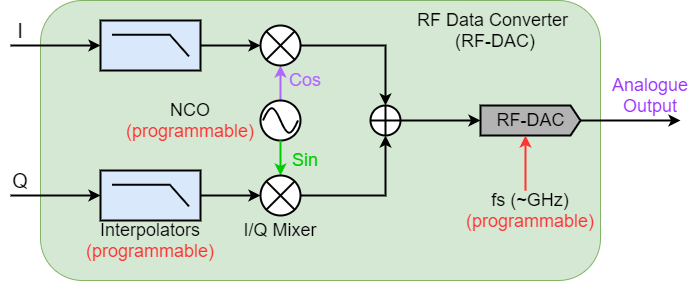
The draw.io diagram notebooks/rfsoc_introduction/images/DAC_block.png in strath-sdr/rfsoc_studio, before a commit. Source tidied: cells renumbered, new cells last; positions are measured from the earlier drawing's top-left corner, leaving out a move shared by most shapes.
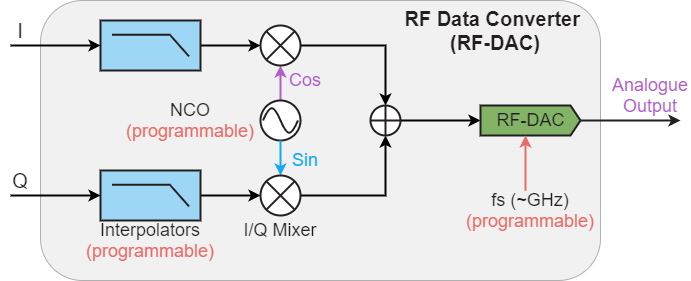
The same diagram one commit later.

The edit, as a diff of the source:
```diff
@@ -2,102 +2,102 @@
   <root>
     <mxCell id="0" />
     <mxCell id="1" parent="0" />
-    <mxCell id="2" style="rounded=1;whiteSpace=wrap;html=1;strokeWidth=1;fillColor=#d5e8d4;strokeColor=#82b366;" parent="1" vertex="1">
+    <mxCell id="2" style="rounded=1;whiteSpace=wrap;html=1;strokeWidth=1;fillColor=#F1F1F2;strokeColor=#B0B0B0;" parent="1" vertex="1">
       <mxGeometry x="40" width="560" height="280" as="geometry" />
     </mxCell>
-    <mxCell id="3" style="edgeStyle=orthogonalEdgeStyle;rounded=0;jettySize=auto;html=1;exitX=1;exitY=0.5;exitDx=0;exitDy=0;exitPerimeter=0;entryX=0;entryY=0.5;entryDx=0;entryDy=0;startArrow=none;startFill=0;endArrow=classic;endFill=1;strokeWidth=2;" parent="1" edge="1" source="4" target="10">
+    <mxCell id="3" style="edgeStyle=orthogonalEdgeStyle;rounded=0;jettySize=auto;html=1;exitX=1;exitY=0.5;exitDx=0;exitDy=0;exitPerimeter=0;entryX=0;entryY=0.5;entryDx=0;entryDy=0;startArrow=none;startFill=0;endArrow=classic;endFill=1;strokeWidth=2;fontColor=#231F20;" parent="1" edge="1" source="4" target="10">
       <mxGeometry relative="1" as="geometry" />
     </mxCell>
-    <mxCell id="4" style="verticalLabelPosition=bottom;shadow=0;dashed=0;align=center;html=1;verticalAlign=top;shape=mxgraph.electrical.logic_gates.lowpass_filter;strokeWidth=2;fillColor=#dae8fc;" parent="1" vertex="1">
+    <mxCell id="4" style="verticalLabelPosition=bottom;shadow=0;dashed=0;align=center;html=1;verticalAlign=top;shape=mxgraph.electrical.logic_gates.lowpass_filter;strokeWidth=2;fillColor=#9ED6F5;strokeColor=#231F20;" parent="1" vertex="1">
       <mxGeometry x="100" y="20" width="100" height="50" as="geometry" />
     </mxCell>
-    <mxCell id="5" style="endArrow=classic;html=1;entryX=0;entryY=0.5;entryDx=0;entryDy=0;entryPerimeter=0;strokeWidth=2;" parent="1" edge="1" target="4">
+    <mxCell id="5" style="endArrow=classic;html=1;entryX=0;entryY=0.5;entryDx=0;entryDy=0;entryPerimeter=0;strokeWidth=2;fontColor=#231F20;" parent="1" edge="1" target="4">
       <mxGeometry relative="1" as="geometry">
         <mxPoint x="10" y="45" as="sourcePoint" />
       </mxGeometry>
     </mxCell>
-    <mxCell id="6" style="edgeStyle=orthogonalEdgeStyle;rounded=0;jettySize=auto;html=1;exitX=0.5;exitY=0;exitDx=0;exitDy=0;entryX=0.5;entryY=1;entryDx=0;entryDy=0;startArrow=none;startFill=0;endArrow=classic;endFill=1;strokeWidth=2;strokeColor=#B266FF;" parent="1" edge="1" source="7" target="10">
+    <mxCell id="6" style="edgeStyle=orthogonalEdgeStyle;rounded=0;jettySize=auto;html=1;exitX=0.5;exitY=0;exitDx=0;exitDy=0;entryX=0.5;entryY=1;entryDx=0;entryDy=0;startArrow=none;startFill=0;endArrow=classic;endFill=1;strokeWidth=2;strokeColor=#B05FC9;" parent="1" edge="1" source="7" target="10">
       <mxGeometry relative="1" as="geometry" />
     </mxCell>
-    <mxCell id="7" style="ellipse;whiteSpace=wrap;html=1;strokeWidth=2;" parent="1" vertex="1">
+    <mxCell id="7" style="ellipse;whiteSpace=wrap;html=1;strokeWidth=2;strokeColor=#231F20;" parent="1" vertex="1">
       <mxGeometry x="260" y="100" width="40" height="40" as="geometry" />
     </mxCell>
-    <mxCell id="8" style="verticalLabelPosition=bottom;shadow=0;dashed=0;align=center;html=1;verticalAlign=top;shape=mxgraph.electrical.waveforms.sine_wave;strokeWidth=2;" parent="1" vertex="1">
+    <mxCell id="8" style="verticalLabelPosition=bottom;shadow=0;dashed=0;align=center;html=1;verticalAlign=top;shape=mxgraph.electrical.waveforms.sine_wave;strokeWidth=2;strokeColor=#231F20;" parent="1" vertex="1">
       <mxGeometry x="262.5" y="103.4" width="35" height="33.1" as="geometry" />
     </mxCell>
-    <mxCell id="9" style="edgeStyle=orthogonalEdgeStyle;rounded=0;jettySize=auto;html=1;exitX=1;exitY=0.5;exitDx=0;exitDy=0;entryX=0.5;entryY=0;entryDx=0;entryDy=0;startArrow=none;startFill=0;endArrow=classic;endFill=1;strokeWidth=2;" parent="1" edge="1" source="10" target="18">
+    <mxCell id="9" style="edgeStyle=orthogonalEdgeStyle;rounded=0;jettySize=auto;html=1;exitX=1;exitY=0.5;exitDx=0;exitDy=0;entryX=0.5;entryY=0;entryDx=0;entryDy=0;startArrow=none;startFill=0;endArrow=classic;endFill=1;strokeWidth=2;fontColor=#231F20;" parent="1" edge="1" source="10" target="18">
       <mxGeometry relative="1" as="geometry" />
     </mxCell>
-    <mxCell id="10" style="shape=sumEllipse;perimeter=ellipsePerimeter;whiteSpace=wrap;html=1;backgroundOutline=1;strokeWidth=2;" parent="1" vertex="1">
+    <mxCell id="10" style="shape=sumEllipse;perimeter=ellipsePerimeter;whiteSpace=wrap;html=1;backgroundOutline=1;strokeWidth=2;strokeColor=#231F20;" parent="1" vertex="1">
       <mxGeometry x="260" y="25" width="40" height="40" as="geometry" />
     </mxCell>
-    <mxCell id="11" style="edgeStyle=orthogonalEdgeStyle;rounded=0;jettySize=auto;html=1;exitX=1;exitY=0.5;exitDx=0;exitDy=0;exitPerimeter=0;entryX=0;entryY=0.5;entryDx=0;entryDy=0;startArrow=none;startFill=0;endArrow=classic;endFill=1;strokeWidth=2;" parent="1" edge="1" source="12" target="16">
+    <mxCell id="11" style="edgeStyle=orthogonalEdgeStyle;rounded=0;jettySize=auto;html=1;exitX=1;exitY=0.5;exitDx=0;exitDy=0;exitPerimeter=0;entryX=0;entryY=0.5;entryDx=0;entryDy=0;startArrow=none;startFill=0;endArrow=classic;endFill=1;strokeWidth=2;fontColor=#231F20;" parent="1" edge="1" source="12" target="16">
       <mxGeometry relative="1" as="geometry" />
     </mxCell>
-    <mxCell id="12" style="verticalLabelPosition=bottom;shadow=0;dashed=0;align=center;html=1;verticalAlign=top;shape=mxgraph.electrical.logic_gates.lowpass_filter;strokeWidth=2;fillColor=#dae8fc;" parent="1" vertex="1">
+    <mxCell id="12" style="verticalLabelPosition=bottom;shadow=0;dashed=0;align=center;html=1;verticalAlign=top;shape=mxgraph.electrical.logic_gates.lowpass_filter;strokeWidth=2;fillColor=#9ED6F5;strokeColor=#231F20;" parent="1" vertex="1">
       <mxGeometry x="100" y="170" width="100" height="50" as="geometry" />
     </mxCell>
-    <mxCell id="13" style="endArrow=classic;html=1;entryX=0;entryY=0.5;entryDx=0;entryDy=0;entryPerimeter=0;strokeWidth=2;" parent="1" edge="1" target="12">
+    <mxCell id="13" style="endArrow=classic;html=1;entryX=0;entryY=0.5;entryDx=0;entryDy=0;entryPerimeter=0;strokeWidth=2;fontColor=#231F20;" parent="1" edge="1" target="12">
       <mxGeometry relative="1" as="geometry">
         <mxPoint x="10" y="195" as="sourcePoint" />
       </mxGeometry>
     </mxCell>
-    <mxCell id="14" style="edgeStyle=orthogonalEdgeStyle;rounded=0;jettySize=auto;html=1;exitX=0.5;exitY=0;exitDx=0;exitDy=0;entryX=0.5;entryY=1;entryDx=0;entryDy=0;startArrow=classic;startFill=1;endArrow=none;endFill=0;strokeColor=#00CC00;strokeWidth=2;" parent="1" edge="1" source="16" target="7">
+    <mxCell id="14" style="edgeStyle=orthogonalEdgeStyle;rounded=0;jettySize=auto;html=1;exitX=0.5;exitY=0;exitDx=0;exitDy=0;entryX=0.5;entryY=1;entryDx=0;entryDy=0;startArrow=classic;startFill=1;endArrow=none;endFill=0;strokeWidth=2;strokeColor=#16A7F5;" parent="1" edge="1" source="16" target="7">
       <mxGeometry relative="1" as="geometry" />
     </mxCell>
-    <mxCell id="15" style="edgeStyle=orthogonalEdgeStyle;rounded=0;jettySize=auto;html=1;exitX=1;exitY=0.5;exitDx=0;exitDy=0;entryX=0.5;entryY=1;entryDx=0;entryDy=0;startArrow=none;startFill=0;endArrow=classic;endFill=1;strokeWidth=2;" parent="1" edge="1" source="16" target="18">
+    <mxCell id="15" style="edgeStyle=orthogonalEdgeStyle;rounded=0;jettySize=auto;html=1;exitX=1;exitY=0.5;exitDx=0;exitDy=0;entryX=0.5;entryY=1;entryDx=0;entryDy=0;startArrow=none;startFill=0;endArrow=classic;endFill=1;strokeWidth=2;fontColor=#231F20;" parent="1" edge="1" source="16" target="18">
       <mxGeometry relative="1" as="geometry" />
     </mxCell>
-    <mxCell id="16" style="shape=sumEllipse;perimeter=ellipsePerimeter;whiteSpace=wrap;html=1;backgroundOutline=1;strokeWidth=2;" parent="1" vertex="1">
+    <mxCell id="16" style="shape=sumEllipse;perimeter=ellipsePerimeter;whiteSpace=wrap;html=1;backgroundOutline=1;strokeWidth=2;strokeColor=#231F20;" parent="1" vertex="1">
       <mxGeometry x="260" y="175" width="40" height="40" as="geometry" />
     </mxCell>
-    <mxCell id="17" style="edgeStyle=orthogonalEdgeStyle;rounded=0;jettySize=auto;html=1;exitX=1;exitY=0.5;exitDx=0;exitDy=0;entryX=0;entryY=0.5;entryDx=0;entryDy=0;entryPerimeter=0;startArrow=none;startFill=0;endArrow=classic;endFill=1;strokeWidth=2;" parent="1" edge="1" source="18" target="20">
+    <mxCell id="17" style="edgeStyle=orthogonalEdgeStyle;rounded=0;jettySize=auto;html=1;exitX=1;exitY=0.5;exitDx=0;exitDy=0;entryX=0;entryY=0.5;entryDx=0;entryDy=0;entryPerimeter=0;startArrow=none;startFill=0;endArrow=classic;endFill=1;strokeWidth=2;fontColor=#231F20;" parent="1" edge="1" source="18" target="20">
       <mxGeometry relative="1" as="geometry" />
     </mxCell>
-    <mxCell id="18" style="shape=orEllipse;perimeter=ellipsePerimeter;whiteSpace=wrap;html=1;backgroundOutline=1;strokeWidth=2;" parent="1" vertex="1">
+    <mxCell id="18" style="shape=orEllipse;perimeter=ellipsePerimeter;whiteSpace=wrap;html=1;backgroundOutline=1;strokeWidth=2;strokeColor=#231F20;" parent="1" vertex="1">
       <mxGeometry x="370" y="105" width="30" height="30" as="geometry" />
     </mxCell>
-    <mxCell id="19" style="edgeStyle=orthogonalEdgeStyle;rounded=0;jettySize=auto;html=1;exitX=1;exitY=0.5;exitDx=0;exitDy=0;exitPerimeter=0;startArrow=none;startFill=0;endArrow=classic;endFill=1;strokeColor=#000000;strokeWidth=2;" parent="1" edge="1" source="20">
+    <mxCell id="19" style="edgeStyle=orthogonalEdgeStyle;rounded=0;jettySize=auto;html=1;exitX=1;exitY=0.5;exitDx=0;exitDy=0;exitPerimeter=0;startArrow=none;startFill=0;endArrow=classic;endFill=1;strokeWidth=2;strokeColor=#231F20;" parent="1" edge="1" source="20">
       <mxGeometry relative="1" as="geometry">
         <mxPoint x="680" y="120" as="targetPoint" />
       </mxGeometry>
     </mxCell>
-    <mxCell id="20" value="&lt;font style=&quot;font-size: 18px&quot;&gt;RF-DAC&lt;/font&gt;" style="html=1;shadow=0;dashed=0;align=center;verticalAlign=middle;shape=mxgraph.arrows2.arrow;dy=0;dx=10;notch=0;strokeWidth=2;fillColor=#B3B3B3;" parent="1" vertex="1">
+    <mxCell id="20" value="&lt;font style=&quot;font-size: 18px&quot;&gt;RF-DAC&lt;/font&gt;" style="html=1;shadow=0;dashed=0;align=center;verticalAlign=middle;shape=mxgraph.arrows2.arrow;dy=0;dx=10;notch=0;strokeWidth=2;fontColor=#231F20;strokeColor=#231F20;fillColor=#82B366;" parent="1" vertex="1">
       <mxGeometry x="480" y="105" width="100" height="30" as="geometry" />
     </mxCell>
-    <mxCell id="21" value="&lt;font style=&quot;font-size: 20px&quot;&gt;I&lt;/font&gt;" style="text;html=1;strokeColor=none;fillColor=none;align=center;verticalAlign=middle;whiteSpace=wrap;rounded=0;" parent="1" vertex="1">
+    <mxCell id="21" value="&lt;font style=&quot;font-size: 20px&quot;&gt;I&lt;/font&gt;" style="text;html=1;strokeColor=none;fillColor=none;align=center;verticalAlign=middle;whiteSpace=wrap;rounded=0;fontColor=#231F20;" parent="1" vertex="1">
       <mxGeometry y="20" width="40" height="20" as="geometry" />
     </mxCell>
-    <mxCell id="22" value="&lt;font style=&quot;font-size: 20px&quot;&gt;Q&lt;/font&gt;" style="text;html=1;strokeColor=none;fillColor=none;align=center;verticalAlign=middle;whiteSpace=wrap;rounded=0;" parent="1" vertex="1">
+    <mxCell id="22" value="&lt;font style=&quot;font-size: 20px&quot;&gt;Q&lt;/font&gt;" style="text;html=1;strokeColor=none;fillColor=none;align=center;verticalAlign=middle;whiteSpace=wrap;rounded=0;fontColor=#231F20;" parent="1" vertex="1">
       <mxGeometry y="170" width="40" height="20" as="geometry" />
     </mxCell>
-    <mxCell id="23" value="&lt;font style=&quot;font-size: 18px&quot;&gt;NCO &lt;font color=&quot;#ff3333&quot;&gt;(programmable)&lt;/font&gt;&lt;/font&gt;" style="text;html=1;strokeColor=none;fillColor=none;align=center;verticalAlign=middle;whiteSpace=wrap;rounded=0;" parent="1" vertex="1">
+    <mxCell id="23" value="&lt;font style=&quot;font-size: 18px&quot;&gt;&lt;font color=&quot;#231f20&quot;&gt;NCO &lt;/font&gt;&lt;font color=&quot;#ea6b66&quot;&gt;(programmable)&lt;/font&gt;&lt;/font&gt;" style="text;html=1;strokeColor=none;fillColor=none;align=center;verticalAlign=middle;whiteSpace=wrap;rounded=0;" parent="1" vertex="1">
       <mxGeometry x="130" y="110" width="120" height="20" as="geometry" />
     </mxCell>
-    <mxCell id="24" value="&lt;font style=&quot;font-size: 18px&quot;&gt;Interpolators&lt;br&gt;&lt;font color=&quot;#ff3333&quot;&gt;(programmable)&lt;/font&gt;&lt;/font&gt;" style="text;html=1;strokeColor=none;fillColor=none;align=center;verticalAlign=middle;whiteSpace=wrap;rounded=0;" parent="1" vertex="1">
+    <mxCell id="24" value="&lt;font style=&quot;font-size: 18px&quot;&gt;&lt;font color=&quot;#231f20&quot;&gt;Interpolators&lt;/font&gt;&lt;br&gt;&lt;font color=&quot;#ea6b66&quot;&gt;(programmable)&lt;/font&gt;&lt;/font&gt;" style="text;html=1;strokeColor=none;fillColor=none;align=center;verticalAlign=middle;whiteSpace=wrap;rounded=0;" parent="1" vertex="1">
       <mxGeometry x="130" y="230" width="40" height="20" as="geometry" />
     </mxCell>
-    <mxCell id="25" value="&lt;font style=&quot;font-size: 18px&quot;&gt;I/Q Mixer&lt;/font&gt;" style="text;html=1;strokeColor=none;fillColor=none;align=center;verticalAlign=middle;whiteSpace=wrap;rounded=0;" parent="1" vertex="1">
+    <mxCell id="25" value="&lt;font style=&quot;font-size: 18px&quot;&gt;I/Q Mixer&lt;/font&gt;" style="text;html=1;strokeColor=none;fillColor=none;align=center;verticalAlign=middle;whiteSpace=wrap;rounded=0;fontColor=#231F20;" parent="1" vertex="1">
       <mxGeometry x="235" y="220" width="90" height="20" as="geometry" />
     </mxCell>
-    <mxCell id="26" value="&lt;font style=&quot;font-size: 18px&quot; color=&quot;#b266ff&quot;&gt;Cos&lt;/font&gt;" style="text;html=1;strokeColor=none;fillColor=none;align=center;verticalAlign=middle;whiteSpace=wrap;rounded=0;" parent="1" vertex="1">
+    <mxCell id="26" value="&lt;font style=&quot;font-size: 18px&quot;&gt;Cos&lt;/font&gt;" style="text;html=1;strokeColor=none;fillColor=none;align=center;verticalAlign=middle;whiteSpace=wrap;rounded=0;fontColor=#B05FC9;" parent="1" vertex="1">
       <mxGeometry x="285" y="70" width="40" height="20" as="geometry" />
     </mxCell>
-    <mxCell id="27" value="&lt;font style=&quot;font-size: 18px&quot; color=&quot;#00cc00&quot;&gt;Sin&lt;/font&gt;" style="text;html=1;strokeColor=none;fillColor=none;align=center;verticalAlign=middle;whiteSpace=wrap;rounded=0;" parent="1" vertex="1">
+    <mxCell id="27" value="&lt;font style=&quot;font-size: 18px&quot;&gt;Sin&lt;/font&gt;" style="text;html=1;strokeColor=none;fillColor=none;align=center;verticalAlign=middle;whiteSpace=wrap;rounded=0;fontColor=#16A7F5;" parent="1" vertex="1">
       <mxGeometry x="285" y="150" width="40" height="20" as="geometry" />
     </mxCell>
-    <mxCell id="28" style="endArrow=classic;html=1;strokeWidth=2;entryX=0;entryY=0;entryDx=45;entryDy=30;entryPerimeter=0;strokeColor=#FF3333;" parent="1" edge="1" target="20">
+    <mxCell id="28" style="endArrow=classic;html=1;strokeWidth=2;entryX=0;entryY=0;entryDx=45;entryDy=30;entryPerimeter=0;strokeColor=#EA6B66;" parent="1" edge="1" target="20">
       <mxGeometry relative="1" as="geometry">
         <mxPoint x="525" y="190" as="sourcePoint" />
       </mxGeometry>
     </mxCell>
-    <mxCell id="29" value="&lt;font style=&quot;font-size: 18px&quot;&gt;fs&lt;/font&gt;&lt;font style=&quot;font-size: 18px&quot; color=&quot;#ff3333&quot;&gt; &lt;/font&gt;&lt;font style=&quot;font-size: 18px&quot;&gt;(~GHz)&lt;br&gt;&lt;font color=&quot;#ff3333&quot;&gt;(programmable)&lt;/font&gt;&lt;/font&gt;" style="text;html=1;strokeColor=none;fillColor=none;align=center;verticalAlign=middle;whiteSpace=wrap;rounded=0;" parent="1" vertex="1">
+    <mxCell id="29" value="&lt;font color=&quot;#231f20&quot;&gt;&lt;font style=&quot;font-size: 18px&quot;&gt;fs&lt;/font&gt;&lt;font style=&quot;font-size: 18px&quot;&gt; &lt;/font&gt;&lt;/font&gt;&lt;font style=&quot;font-size: 18px&quot;&gt;&lt;font color=&quot;#231f20&quot;&gt;(~GHz)&lt;/font&gt;&lt;br&gt;&lt;font color=&quot;#ea6b66&quot;&gt;(programmable)&lt;/font&gt;&lt;/font&gt;" style="text;html=1;strokeColor=none;fillColor=none;align=center;verticalAlign=middle;whiteSpace=wrap;rounded=0;" parent="1" vertex="1">
       <mxGeometry x="510" y="200" width="40" height="20" as="geometry" />
     </mxCell>
-    <mxCell id="30" value="&lt;font style=&quot;font-size: 18px&quot;&gt;RF Data Converter&amp;nbsp;&lt;br&gt;(RF-DAC)&lt;/font&gt;" style="text;html=1;strokeColor=none;fillColor=none;align=center;verticalAlign=middle;whiteSpace=wrap;rounded=0;" parent="1" vertex="1">
+    <mxCell id="30" value="&lt;font style=&quot;font-size: 20px&quot; color=&quot;#231f20&quot;&gt;&lt;b&gt;RF Data Converter&amp;nbsp;&lt;br&gt;(RF-DAC)&lt;/b&gt;&lt;/font&gt;" style="text;html=1;strokeColor=none;fillColor=none;align=center;verticalAlign=middle;whiteSpace=wrap;rounded=0;" parent="1" vertex="1">
       <mxGeometry x="400" y="20" width="190" height="20" as="geometry" />
     </mxCell>
-    <mxCell id="31" value="&lt;font style=&quot;font-size: 18px&quot; color=&quot;#9933ff&quot;&gt;Analogue Output&lt;/font&gt;" style="text;html=1;strokeColor=none;fillColor=none;align=center;verticalAlign=middle;whiteSpace=wrap;rounded=0;" parent="1" vertex="1">
+    <mxCell id="31" value="&lt;font style=&quot;font-size: 18px&quot;&gt;Analogue Output&lt;/font&gt;" style="text;html=1;strokeColor=none;fillColor=none;align=center;verticalAlign=middle;whiteSpace=wrap;rounded=0;fontColor=#B05FC9;" parent="1" vertex="1">
       <mxGeometry x="610" y="85" width="80" height="20" as="geometry" />
     </mxCell>
   </root>
```
